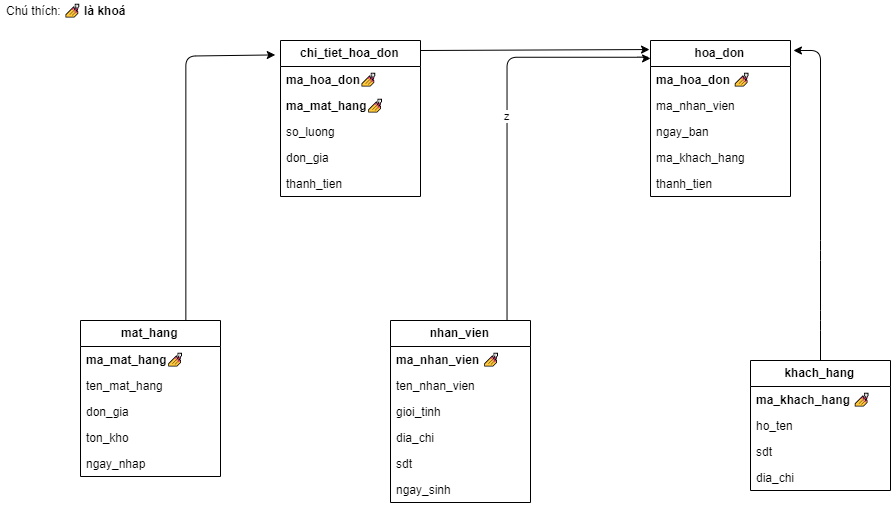
The draw.io diagram Project Sale/Project Sale CSDL.png in huyhoang160593/ProjectSales, before a commit. Source tidied: cells renumbered, new cells last; positions are measured from the earlier drawing's top-left corner, leaving out a move shared by most shapes. The source it was exported from:
```xml
<mxGraphModel background="#ffffff">
  <root>
    <mxCell id="0" />
    <mxCell id="1" parent="0" />
    <mxCell id="2" value="khach_hang" style="swimlane;fontStyle=1;horizontal=1;startSize=26;fillColor=none;" parent="1" vertex="1">
      <mxGeometry x="750" y="360" width="140" height="130" as="geometry" />
    </mxCell>
    <mxCell id="3" value="ma_khach_hang 💅" style="text;strokeColor=none;fillColor=none;align=left;verticalAlign=top;spacingLeft=4;spacingRight=4;overflow=hidden;fontStyle=1;" parent="2" vertex="1">
      <mxGeometry y="26" width="140" height="26" as="geometry" />
    </mxCell>
    <mxCell id="4" value="ho_ten" style="text;strokeColor=none;fillColor=none;align=left;verticalAlign=top;spacingLeft=4;spacingRight=4;overflow=hidden;" parent="2" vertex="1">
      <mxGeometry y="52" width="140" height="26" as="geometry" />
    </mxCell>
    <mxCell id="5" value="sdt" style="text;strokeColor=none;fillColor=none;align=left;verticalAlign=top;spacingLeft=4;spacingRight=4;overflow=hidden;" parent="2" vertex="1">
      <mxGeometry y="78" width="140" height="26" as="geometry" />
    </mxCell>
    <mxCell id="6" value="dia_chi" style="text;strokeColor=none;fillColor=none;align=left;verticalAlign=top;spacingLeft=4;spacingRight=4;overflow=hidden;" parent="2" vertex="1">
      <mxGeometry y="104" width="140" height="26" as="geometry" />
    </mxCell>
    <mxCell id="7" value="nhan_vien" style="swimlane;fontStyle=1;horizontal=1;startSize=26;fillColor=none;" parent="1" vertex="1">
      <mxGeometry x="390" y="320" width="140" height="182" as="geometry" />
    </mxCell>
    <mxCell id="8" value="ma_nhan_vien 💅" style="text;strokeColor=none;fillColor=none;align=left;verticalAlign=top;spacingLeft=4;spacingRight=4;overflow=hidden;fontStyle=1;" parent="7" vertex="1">
      <mxGeometry y="26" width="140" height="26" as="geometry" />
    </mxCell>
    <mxCell id="9" value="ten_nhan_vien" style="text;strokeColor=none;fillColor=none;align=left;verticalAlign=top;spacingLeft=4;spacingRight=4;overflow=hidden;" parent="7" vertex="1">
      <mxGeometry y="52" width="140" height="26" as="geometry" />
    </mxCell>
    <mxCell id="10" value="gioi_tinh" style="text;strokeColor=none;fillColor=none;align=left;verticalAlign=top;spacingLeft=4;spacingRight=4;overflow=hidden;" parent="7" vertex="1">
      <mxGeometry y="78" width="140" height="26" as="geometry" />
    </mxCell>
    <mxCell id="11" value="dia_chi" style="text;strokeColor=none;fillColor=none;align=left;verticalAlign=top;spacingLeft=4;spacingRight=4;overflow=hidden;" parent="7" vertex="1">
      <mxGeometry y="104" width="140" height="26" as="geometry" />
    </mxCell>
    <mxCell id="12" value="sdt" style="text;strokeColor=none;fillColor=none;align=left;verticalAlign=top;spacingLeft=4;spacingRight=4;overflow=hidden;" parent="7" vertex="1">
      <mxGeometry y="130" width="140" height="26" as="geometry" />
    </mxCell>
    <mxCell id="13" value="ngay_sinh" style="text;strokeColor=none;fillColor=none;align=left;verticalAlign=top;spacingLeft=4;spacingRight=4;overflow=hidden;" parent="7" vertex="1">
      <mxGeometry y="156" width="140" height="26" as="geometry" />
    </mxCell>
    <mxCell id="14" value="mat_hang" style="swimlane;fontStyle=1;horizontal=1;startSize=26;fillColor=none;" parent="1" vertex="1">
      <mxGeometry x="80" y="320" width="140" height="156" as="geometry" />
    </mxCell>
    <mxCell id="15" value="ma_mat_hang💅" style="text;strokeColor=none;fillColor=none;align=left;verticalAlign=top;spacingLeft=4;spacingRight=4;overflow=hidden;fontStyle=1;" parent="14" vertex="1">
      <mxGeometry y="26" width="140" height="26" as="geometry" />
    </mxCell>
    <mxCell id="16" value="ten_mat_hang" style="text;strokeColor=none;fillColor=none;align=left;verticalAlign=top;spacingLeft=4;spacingRight=4;overflow=hidden;" parent="14" vertex="1">
      <mxGeometry y="52" width="140" height="26" as="geometry" />
    </mxCell>
    <mxCell id="17" value="don_gia" style="text;strokeColor=none;fillColor=none;align=left;verticalAlign=top;spacingLeft=4;spacingRight=4;overflow=hidden;" parent="14" vertex="1">
      <mxGeometry y="78" width="140" height="26" as="geometry" />
    </mxCell>
    <mxCell id="18" value="ton_kho" style="text;strokeColor=none;fillColor=none;align=left;verticalAlign=top;spacingLeft=4;spacingRight=4;overflow=hidden;" parent="14" vertex="1">
      <mxGeometry y="104" width="140" height="26" as="geometry" />
    </mxCell>
    <mxCell id="19" value="ngay_nhap" style="text;strokeColor=none;fillColor=none;spacingLeft=4;spacingRight=4;overflow=hidden;fontSize=12;" parent="14" vertex="1">
      <mxGeometry y="130" width="140" height="26" as="geometry" />
    </mxCell>
    <mxCell id="20" value="hoa_don" style="swimlane;fontStyle=1;horizontal=1;startSize=26;fillColor=none;" parent="1" vertex="1">
      <mxGeometry x="650" y="40" width="140" height="156" as="geometry" />
    </mxCell>
    <mxCell id="21" value="ma_hoa_don 💅" style="text;strokeColor=none;fillColor=none;align=left;verticalAlign=top;spacingLeft=4;spacingRight=4;overflow=hidden;points=[[0,0.5],[1,0.5]];portConstraint=eastwest;fontStyle=1;" parent="20" vertex="1">
      <mxGeometry y="26" width="140" height="26" as="geometry" />
    </mxCell>
    <mxCell id="22" value="ma_nhan_vien" style="text;strokeColor=none;fillColor=none;align=left;verticalAlign=top;spacingLeft=4;spacingRight=4;overflow=hidden;points=[[0,0.5],[1,0.5]];portConstraint=eastwest;" parent="20" vertex="1">
      <mxGeometry y="52" width="140" height="26" as="geometry" />
    </mxCell>
    <mxCell id="23" value="ngay_ban" style="text;strokeColor=none;fillColor=none;align=left;verticalAlign=top;spacingLeft=4;spacingRight=4;overflow=hidden;" parent="20" vertex="1">
      <mxGeometry y="78" width="140" height="26" as="geometry" />
    </mxCell>
    <mxCell id="24" value="ma_khach_hang" style="text;strokeColor=none;fillColor=none;align=left;verticalAlign=top;spacingLeft=4;spacingRight=4;overflow=hidden;points=[[0,0.5],[1,0.5]];portConstraint=eastwest;" parent="20" vertex="1">
      <mxGeometry y="104" width="140" height="26" as="geometry" />
    </mxCell>
    <mxCell id="25" value="thanh_tien" style="text;strokeColor=none;fillColor=none;align=left;verticalAlign=top;spacingLeft=4;spacingRight=4;overflow=hidden;" parent="20" vertex="1">
      <mxGeometry y="130" width="140" height="26" as="geometry" />
    </mxCell>
    <mxCell id="26" value="chi_tiet_hoa_don" style="swimlane;fontStyle=1;horizontal=1;startSize=26;fillColor=none;" parent="1" vertex="1">
      <mxGeometry x="280" y="40" width="140" height="156" as="geometry" />
    </mxCell>
    <mxCell id="27" value="ma_hoa_don💅" style="text;strokeColor=none;fillColor=none;align=left;verticalAlign=top;spacingLeft=4;spacingRight=4;overflow=hidden;points=[[0,0.5],[1,0.5]];portConstraint=eastwest;fontStyle=1;" parent="26" vertex="1">
      <mxGeometry y="26" width="140" height="26" as="geometry" />
    </mxCell>
    <mxCell id="28" value="ma_mat_hang💅" style="text;strokeColor=none;fillColor=none;align=left;verticalAlign=top;spacingLeft=4;spacingRight=4;overflow=hidden;points=[[0,0.5],[1,0.5]];portConstraint=eastwest;fontStyle=1;" parent="26" vertex="1">
      <mxGeometry y="52" width="140" height="26" as="geometry" />
    </mxCell>
    <mxCell id="29" value="so_luong" style="text;strokeColor=none;fillColor=none;align=left;verticalAlign=top;spacingLeft=4;spacingRight=4;overflow=hidden;" parent="26" vertex="1">
      <mxGeometry y="78" width="140" height="26" as="geometry" />
    </mxCell>
    <mxCell id="30" value="don_gia" style="text;strokeColor=none;fillColor=none;align=left;verticalAlign=top;spacingLeft=4;spacingRight=4;overflow=hidden;" parent="26" vertex="1">
      <mxGeometry y="104" width="140" height="26" as="geometry" />
    </mxCell>
    <mxCell id="31" value="thanh_tien" style="text;strokeColor=none;fillColor=none;align=left;verticalAlign=top;spacingLeft=4;spacingRight=4;overflow=hidden;" parent="26" vertex="1">
      <mxGeometry y="130" width="140" height="26" as="geometry" />
    </mxCell>
    <mxCell id="32" style="edgeStyle=segmentEdgeStyle;endArrow=classic;html=1;entryX=-0.036;entryY=0.096;entryDx=0;entryDy=0;exitX=0.75;exitY=0;exitDx=0;exitDy=0;entryPerimeter=0;" parent="1" edge="1" source="14" target="26">
      <mxGeometry relative="1" as="geometry">
        <Array as="points">
          <mxPoint x="185" y="55" />
        </Array>
      </mxGeometry>
    </mxCell>
    <mxCell id="33" value="z" style="edgeStyle=segmentEdgeStyle;endArrow=classic;html=1;exitX=0.829;exitY=-0.005;exitDx=0;exitDy=0;exitPerimeter=0;entryX=-0.001;entryY=0.112;entryDx=0;entryDy=0;entryPerimeter=0;" parent="1" edge="1" source="7" target="20">
      <mxGeometry relative="1" as="geometry">
        <Array as="points">
          <mxPoint x="506" y="57" />
          <mxPoint x="646" y="57" />
        </Array>
      </mxGeometry>
    </mxCell>
    <mxCell id="34" value="Chú thích:&amp;nbsp;&lt;span style=&quot;font-weight: 700 ; text-align: left&quot;&gt;💅 là khoá&lt;/span&gt;" style="text;html=1;align=center;verticalAlign=middle;" parent="1" vertex="1">
      <mxGeometry width="130" height="20" as="geometry" />
    </mxCell>
    <mxCell id="35" style="endArrow=classic;html=1;entryX=1.021;entryY=0.064;entryDx=0;entryDy=0;entryPerimeter=0;exitX=0.5;exitY=0;exitDx=0;exitDy=0;" parent="1" edge="1" source="2" target="20">
      <mxGeometry relative="1" as="geometry">
        <Array as="points">
          <mxPoint x="820" y="320" />
          <mxPoint x="820" y="250" />
          <mxPoint x="820" y="50" />
        </Array>
      </mxGeometry>
    </mxCell>
    <mxCell id="36" style="endArrow=classic;html=1;entryX=-0.007;entryY=0.058;entryDx=0;entryDy=0;entryPerimeter=0;" parent="1" edge="1" target="20">
      <mxGeometry relative="1" as="geometry">
        <mxPoint x="420" y="50" as="sourcePoint" />
      </mxGeometry>
    </mxCell>
  </root>
</mxGraphModel>
```
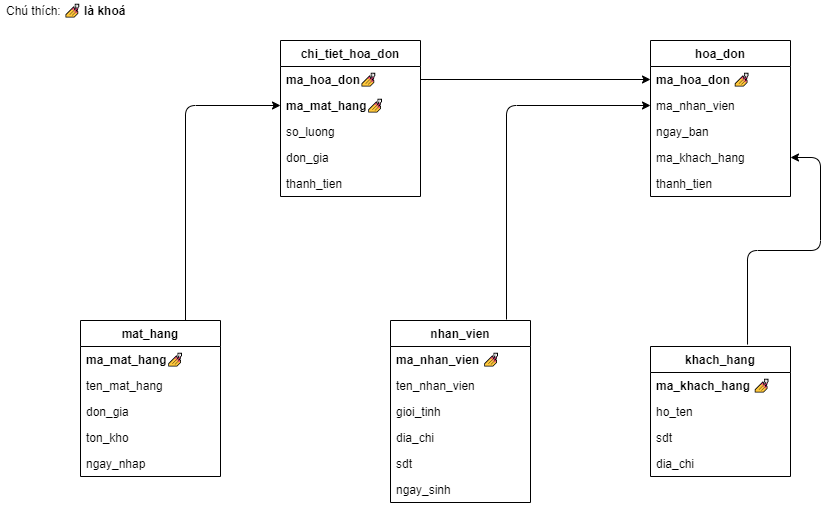
The same diagram one commit later.

Diff of the diagram source:
```diff
@@ -3,7 +3,7 @@
     <mxCell id="0" />
     <mxCell id="1" parent="0" />
     <mxCell id="2" value="khach_hang" style="swimlane;fontStyle=1;horizontal=1;startSize=26;fillColor=none;" parent="1" vertex="1">
-      <mxGeometry x="750" y="360" width="140" height="130" as="geometry" />
+      <mxGeometry x="650" y="346" width="140" height="130" as="geometry" />
     </mxCell>
     <mxCell id="3" value="ma_khach_hang 💅" style="text;strokeColor=none;fillColor=none;align=left;verticalAlign=top;spacingLeft=4;spacingRight=4;overflow=hidden;fontStyle=1;" parent="2" vertex="1">
       <mxGeometry y="26" width="140" height="26" as="geometry" />
@@ -92,37 +92,34 @@
     <mxCell id="31" value="thanh_tien" style="text;strokeColor=none;fillColor=none;align=left;verticalAlign=top;spacingLeft=4;spacingRight=4;overflow=hidden;" parent="26" vertex="1">
       <mxGeometry y="130" width="140" height="26" as="geometry" />
     </mxCell>
-    <mxCell id="32" style="edgeStyle=segmentEdgeStyle;endArrow=classic;html=1;entryX=-0.036;entryY=0.096;entryDx=0;entryDy=0;exitX=0.75;exitY=0;exitDx=0;exitDy=0;entryPerimeter=0;" parent="1" edge="1" source="14" target="26">
+    <mxCell id="32" style="edgeStyle=segmentEdgeStyle;endArrow=classic;html=1;entryX=0;entryY=0.5;entryDx=0;entryDy=0;exitX=0.75;exitY=0;exitDx=0;exitDy=0;" parent="1" edge="1" source="14" target="28">
       <mxGeometry relative="1" as="geometry">
         <Array as="points">
-          <mxPoint x="185" y="55" />
+          <mxPoint x="185" y="105" />
         </Array>
       </mxGeometry>
     </mxCell>
+    <mxCell id="37" style="edgeStyle=segmentEdgeStyle;endArrow=classic;html=1;exitX=1;exitY=0.5;exitDx=0;exitDy=0;entryX=0;entryY=0.5;entryDx=0;entryDy=0;" parent="1" edge="1" source="27" target="21">
+      <mxGeometry relative="1" as="geometry" />
+    </mxCell>
-    <mxCell id="33" value="z" style="edgeStyle=segmentEdgeStyle;endArrow=classic;html=1;exitX=0.829;exitY=-0.005;exitDx=0;exitDy=0;exitPerimeter=0;entryX=-0.001;entryY=0.112;entryDx=0;entryDy=0;entryPerimeter=0;" parent="1" edge="1" source="7" target="20">
+    <mxCell id="33" style="edgeStyle=segmentEdgeStyle;endArrow=classic;html=1;exitX=0.829;exitY=-0.005;exitDx=0;exitDy=0;exitPerimeter=0;entryX=0;entryY=0.5;entryDx=0;entryDy=0;" parent="1" edge="1" source="7" target="22">
       <mxGeometry relative="1" as="geometry">
         <Array as="points">
-          <mxPoint x="506" y="57" />
-          <mxPoint x="646" y="57" />
+          <mxPoint x="506" y="105" />
         </Array>
       </mxGeometry>
     </mxCell>
     <mxCell id="34" value="Chú thích:&amp;nbsp;&lt;span style=&quot;font-weight: 700 ; text-align: left&quot;&gt;💅 là khoá&lt;/span&gt;" style="text;html=1;align=center;verticalAlign=middle;" parent="1" vertex="1">
       <mxGeometry width="130" height="20" as="geometry" />
     </mxCell>
-    <mxCell id="35" style="endArrow=classic;html=1;entryX=1.021;entryY=0.064;entryDx=0;entryDy=0;entryPerimeter=0;exitX=0.5;exitY=0;exitDx=0;exitDy=0;" parent="1" edge="1" source="2" target="20">
+    <mxCell id="35" style="endArrow=classic;html=1;exitX=0.693;exitY=-0.015;exitDx=0;exitDy=0;exitPerimeter=0;entryX=1;entryY=0.5;entryDx=0;entryDy=0;" parent="1" edge="1" source="2" target="24">
       <mxGeometry relative="1" as="geometry">
         <Array as="points">
-          <mxPoint x="820" y="320" />
+          <mxPoint x="747" y="250" />
           <mxPoint x="820" y="250" />
-          <mxPoint x="820" y="50" />
+          <mxPoint x="820" y="157" />
         </Array>
       </mxGeometry>
     </mxCell>
-    <mxCell id="36" style="endArrow=classic;html=1;entryX=-0.007;entryY=0.058;entryDx=0;entryDy=0;entryPerimeter=0;" parent="1" edge="1" target="20">
-      <mxGeometry relative="1" as="geometry">
-        <mxPoint x="420" y="50" as="sourcePoint" />
-      </mxGeometry>
-    </mxCell>
   </root>
 </mxGraphModel>
```
